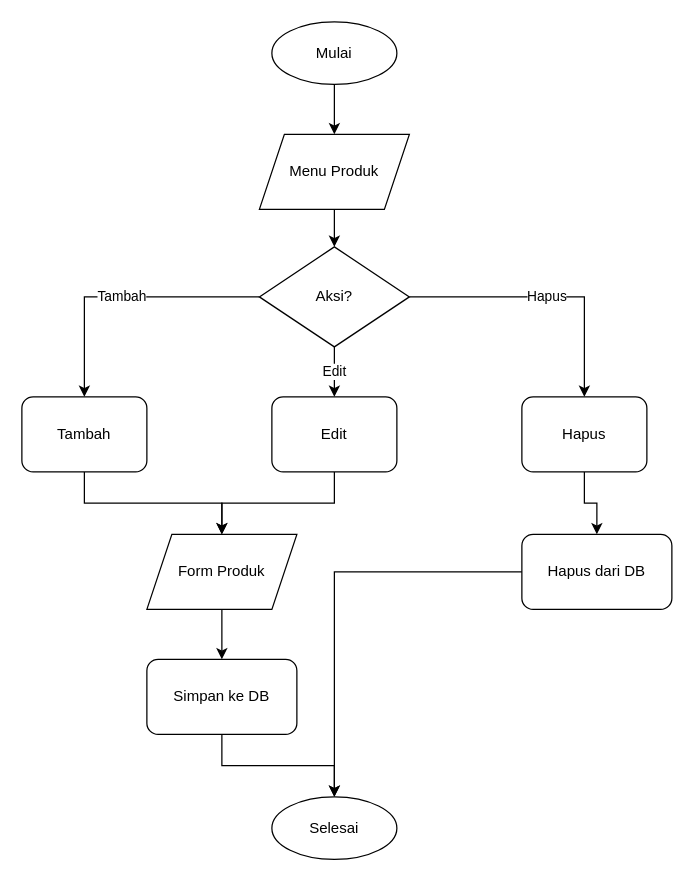
Above: diagram/flowchart/08_admin_kelola_produk.drawio in RajaSunrise/ud_zivana (draw.io), before the change. Source tidied: cells renumbered, new cells numbered last; positions are measured from the earlier drawing's top-left corner, leaving out a move shared by most shapes. Both pictures are drawn from the tidied source at 125%, with x=0, y=0 at pixel (21, 21).
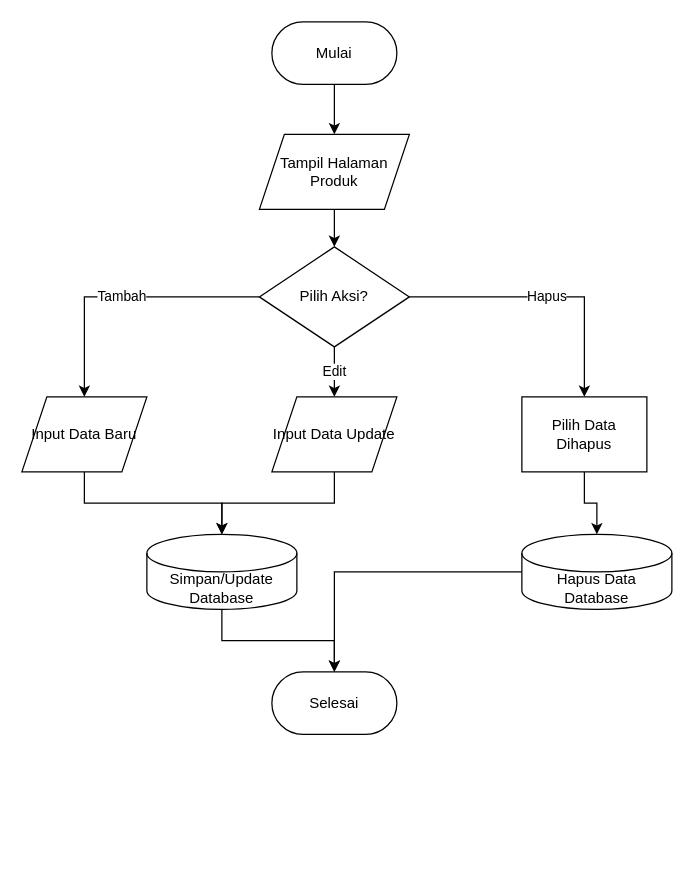
The same diagram, later.

What changed in the source:
```diff
@@
-    <mxCell id="2" value="Mulai" style="ellipse;whiteSpace=wrap;html=1;" parent="1" vertex="1">
+    <mxCell id="2" value="Mulai" style="rounded=1;whiteSpace=wrap;html=1;arcSize=50;" parent="1" vertex="1">
       <mxGeometry x="200" width="100" height="50" as="geometry" />
     </mxCell>
-    <mxCell id="3" value="Menu Produk" style="shape=parallelogram;perimeter=parallelogramPerimeter;whiteSpace=wrap;html=1;fixedSize=1;" parent="1" vertex="1">
+    <mxCell id="3" value="Tampil Halaman Produk" style="shape=parallelogram;perimeter=parallelogramPerimeter;whiteSpace=wrap;html=1;fixedSize=1;" parent="1" vertex="1">
       <mxGeometry x="190" y="90" width="120" height="60" as="geometry" />
     </mxCell>
-    <mxCell id="4" value="Aksi?" style="rhombus;whiteSpace=wrap;html=1;" parent="1" vertex="1">
+    <mxCell id="4" value="Pilih Aksi?" style="rhombus;whiteSpace=wrap;html=1;" parent="1" vertex="1">
       <mxGeometry x="190" y="180" width="120" height="80" as="geometry" />
     </mxCell>
-    <mxCell id="5" value="Tambah" style="rounded=1;whiteSpace=wrap;html=1;" parent="1" vertex="1">
+    <mxCell id="5" value="Input Data Baru" style="shape=parallelogram;perimeter=parallelogramPerimeter;whiteSpace=wrap;html=1;fixedSize=1;" parent="1" vertex="1">
       <mxGeometry y="300" width="100" height="60" as="geometry" />
     </mxCell>
-    <mxCell id="6" value="Edit" style="rounded=1;whiteSpace=wrap;html=1;" parent="1" vertex="1">
+    <mxCell id="6" value="Input Data Update" style="shape=parallelogram;perimeter=parallelogramPerimeter;whiteSpace=wrap;html=1;fixedSize=1;" parent="1" vertex="1">
       <mxGeometry x="200" y="300" width="100" height="60" as="geometry" />
     </mxCell>
-    <mxCell id="7" value="Hapus" style="rounded=1;whiteSpace=wrap;html=1;" parent="1" vertex="1">
+    <mxCell id="7" value="Pilih Data Dihapus" style="rounded=0;whiteSpace=wrap;html=1;" parent="1" vertex="1">
       <mxGeometry x="400" y="300" width="100" height="60" as="geometry" />
     </mxCell>
-    <mxCell id="8" value="Form Produk" style="shape=parallelogram;perimeter=parallelogramPerimeter;whiteSpace=wrap;html=1;fixedSize=1;" parent="1" vertex="1">
+    <mxCell id="8" value="Simpan/Update Database" style="shape=cylinder3;whiteSpace=wrap;html=1;boundedLbl=1;backgroundOutline=1;size=15;" parent="1" vertex="1">
       <mxGeometry x="100" y="410" width="120" height="60" as="geometry" />
     </mxCell>
-    <mxCell id="9" value="Simpan ke DB" style="rounded=1;whiteSpace=wrap;html=1;" parent="1" vertex="1">
-      <mxGeometry x="100" y="510" width="120" height="60" as="geometry" />
+    <mxCell id="9" value="Hapus Data Database" style="shape=cylinder3;whiteSpace=wrap;html=1;boundedLbl=1;backgroundOutline=1;size=15;" parent="1" vertex="1">
+      <mxGeometry x="400" y="410" width="120" height="60" as="geometry" />
     </mxCell>
-    <mxCell id="10" value="Hapus dari DB" style="rounded=1;whiteSpace=wrap;html=1;" parent="1" vertex="1">
-      <mxGeometry x="400" y="410" width="120" height="60" as="geometry" />
+    <mxCell id="10" value="Selesai" style="rounded=1;whiteSpace=wrap;html=1;arcSize=50;" parent="1" vertex="1">
+      <mxGeometry x="200" y="520" width="100" height="50" as="geometry" />
     </mxCell>
-    <mxCell id="11" value="Selesai" style="ellipse;whiteSpace=wrap;html=1;" parent="1" vertex="1">
-      <mxGeometry x="200" y="620" width="100" height="50" as="geometry" />
+    <mxCell id="11" style="edgeStyle=orthogonalEdgeStyle;rounded=0;jettySize=auto;html=1;" parent="1" edge="1" source="2" target="3">
+      <mxGeometry relative="1" as="geometry" />
     </mxCell>
-    <mxCell id="12" style="edgeStyle=orthogonalEdgeStyle;rounded=0;jettySize=auto;html=1;" parent="1" edge="1" source="2" target="3">
+    <mxCell id="12" style="edgeStyle=orthogonalEdgeStyle;rounded=0;jettySize=auto;html=1;" parent="1" edge="1" source="3" target="4">
       <mxGeometry relative="1" as="geometry" />
     </mxCell>
-    <mxCell id="13" style="edgeStyle=orthogonalEdgeStyle;rounded=0;jettySize=auto;html=1;" parent="1" edge="1" source="3" target="4">
+    <mxCell id="13" value="Tambah" style="edgeStyle=orthogonalEdgeStyle;rounded=0;jettySize=auto;html=1;" parent="1" edge="1" source="4" target="5">
       <mxGeometry relative="1" as="geometry" />
     </mxCell>
-    <mxCell id="14" value="Tambah" style="edgeStyle=orthogonalEdgeStyle;rounded=0;jettySize=auto;html=1;" parent="1" edge="1" source="4" target="5">
+    <mxCell id="14" value="Edit" style="edgeStyle=orthogonalEdgeStyle;rounded=0;jettySize=auto;html=1;" parent="1" edge="1" source="4" target="6">
       <mxGeometry relative="1" as="geometry" />
     </mxCell>
-    <mxCell id="15" value="Edit" style="edgeStyle=orthogonalEdgeStyle;rounded=0;jettySize=auto;html=1;" parent="1" edge="1" source="4" target="6">
+    <mxCell id="15" value="Hapus" style="edgeStyle=orthogonalEdgeStyle;rounded=0;jettySize=auto;html=1;" parent="1" edge="1" source="4" target="7">
       <mxGeometry relative="1" as="geometry" />
     </mxCell>
-    <mxCell id="16" value="Hapus" style="edgeStyle=orthogonalEdgeStyle;rounded=0;jettySize=auto;html=1;" parent="1" edge="1" source="4" target="7">
+    <mxCell id="16" style="edgeStyle=orthogonalEdgeStyle;rounded=0;jettySize=auto;html=1;" parent="1" edge="1" source="5" target="8">
       <mxGeometry relative="1" as="geometry" />
     </mxCell>
-    <mxCell id="17" style="edgeStyle=orthogonalEdgeStyle;rounded=0;jettySize=auto;html=1;" parent="1" edge="1" source="5" target="8">
+    <mxCell id="17" style="edgeStyle=orthogonalEdgeStyle;rounded=0;jettySize=auto;html=1;" parent="1" edge="1" source="6" target="8">
       <mxGeometry relative="1" as="geometry" />
     </mxCell>
-    <mxCell id="18" style="edgeStyle=orthogonalEdgeStyle;rounded=0;jettySize=auto;html=1;" parent="1" edge="1" source="6" target="8">
+    <mxCell id="18" style="edgeStyle=orthogonalEdgeStyle;rounded=0;jettySize=auto;html=1;" parent="1" edge="1" source="8" target="10">
       <mxGeometry relative="1" as="geometry" />
     </mxCell>
-    <mxCell id="19" style="edgeStyle=orthogonalEdgeStyle;rounded=0;jettySize=auto;html=1;" parent="1" edge="1" source="8" target="9">
+    <mxCell id="19" style="edgeStyle=orthogonalEdgeStyle;rounded=0;jettySize=auto;html=1;" parent="1" edge="1" source="7" target="9">
       <mxGeometry relative="1" as="geometry" />
     </mxCell>
-    <mxCell id="20" style="edgeStyle=orthogonalEdgeStyle;rounded=0;jettySize=auto;html=1;" parent="1" edge="1" source="9" target="11">
+    <mxCell id="20" style="edgeStyle=orthogonalEdgeStyle;rounded=0;jettySize=auto;html=1;" parent="1" edge="1" source="9" target="10">
       <mxGeometry relative="1" as="geometry" />
     </mxCell>
-    <mxCell id="21" style="edgeStyle=orthogonalEdgeStyle;rounded=0;jettySize=auto;html=1;" parent="1" edge="1" source="7" target="10">
-      <mxGeometry relative="1" as="geometry" />
-    </mxCell>
-    <mxCell id="22" style="edgeStyle=orthogonalEdgeStyle;rounded=0;jettySize=auto;html=1;" parent="1" edge="1" source="10" target="11">
-      <mxGeometry relative="1" as="geometry" />
-    </mxCell>
```
